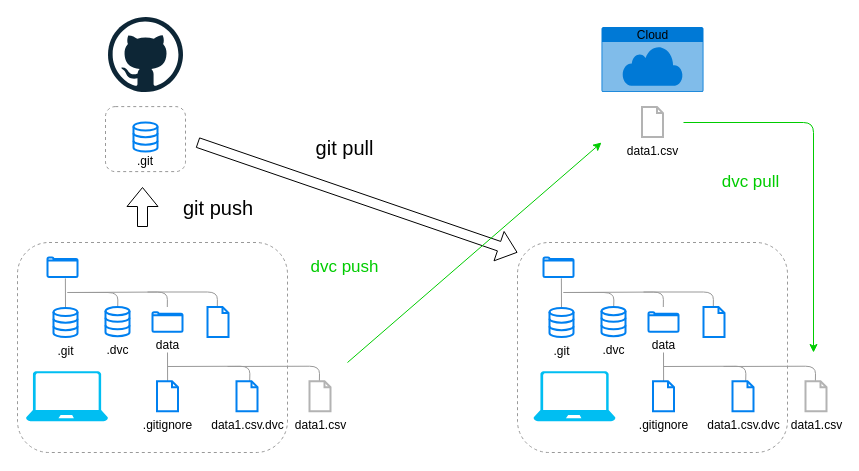
Earlier version of the draw.io diagram public/drawio/dvc.drawio (kazuyanagimoto/github-workshop2022). Source tidied: cells renumbered, new cells numbered last; positions are measured from the earlier drawing's top-left corner, leaving out a move shared by most shapes. Both pictures are drawn from the tidied source at 100%, with x=0, y=0 at pixel (17, 17).
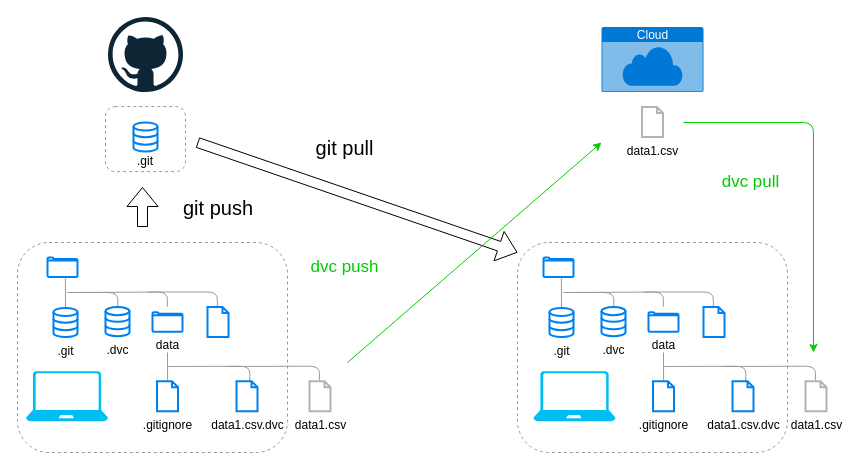
After the change.

The edit, as a diff of the source:
```diff
@@
-    <mxCell id="43" value="Cloud" style="html=1;strokeColor=none;fillColor=#0079D6;labelPosition=center;verticalLabelPosition=middle;verticalAlign=top;align=center;fontSize=12;spacingTop=-6;fontColor=#000000;shape=mxgraph.sitemap.cloud;labelBackgroundColor=none;" parent="1" vertex="1">
+    <mxCell id="43" value="&lt;font color=&quot;#ffffff&quot;&gt;Cloud&lt;/font&gt;" style="html=1;strokeColor=none;fillColor=#0079D6;labelPosition=center;verticalLabelPosition=middle;verticalAlign=top;align=center;fontSize=12;spacingTop=-6;fontColor=#000000;shape=mxgraph.sitemap.cloud;labelBackgroundColor=none;" parent="1" vertex="1">
       <mxGeometry x="584" y="9.6" width="102" height="65" as="geometry" />
     </mxCell>
```
